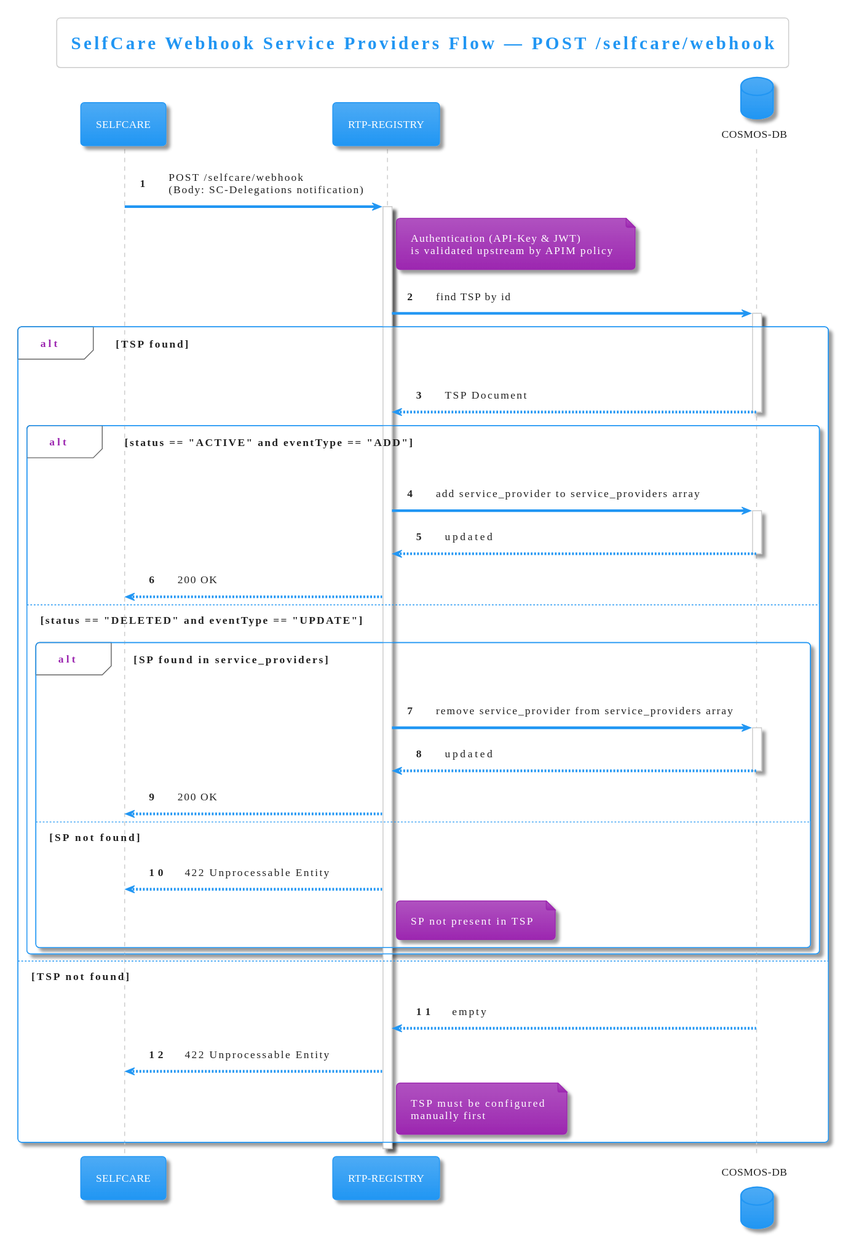
pagopa/rtp-docs keeps this PlantUML diagram as diagrams/selfcare-service-providers-webhook.svg. Above is the earlier version. Its diagram source:
```plantuml
@startuml
!theme materia

title SelfCare Webhook Service Providers Flow — POST /selfcare/webhook

participant "SELFCARE" as SC
participant "RTP-REGISTRY" as REG
database "COSMOS-DB" as DB

autonumber

SC -> REG: POST /selfcare/webhook\n(Body: SC-Delegations notification)
note right of REG
  Authentication (API-Key & JWT)
  is validated upstream by APIM policy
end note
activate REG

REG -> DB: find TSP by id
activate DB

alt TSP found
    DB --> REG: TSP Document
    deactivate DB

    alt status == "ACTIVE" and eventType == "ADD"
        REG -> DB: add service_provider to service_providers array
        activate DB
        DB --> REG: updated
        deactivate DB
        REG --> SC: 200 OK

    else status == "DELETED" and eventType == "UPDATE"
        alt SP found in service_providers
            REG -> DB: remove service_provider from service_providers array
            activate DB
            DB --> REG: updated
            deactivate DB
            REG --> SC: 200 OK
        else SP not found
            REG --> SC: 422 Unprocessable Entity
            note right of REG
              SP not present in TSP
            end note
        end
    end

else TSP not found
    DB --> REG: empty
    deactivate DB
    REG --> SC: 422 Unprocessable Entity
    note right of REG
      TSP must be configured
      manually first
    end note

end

deactivate REG
@enduml
```
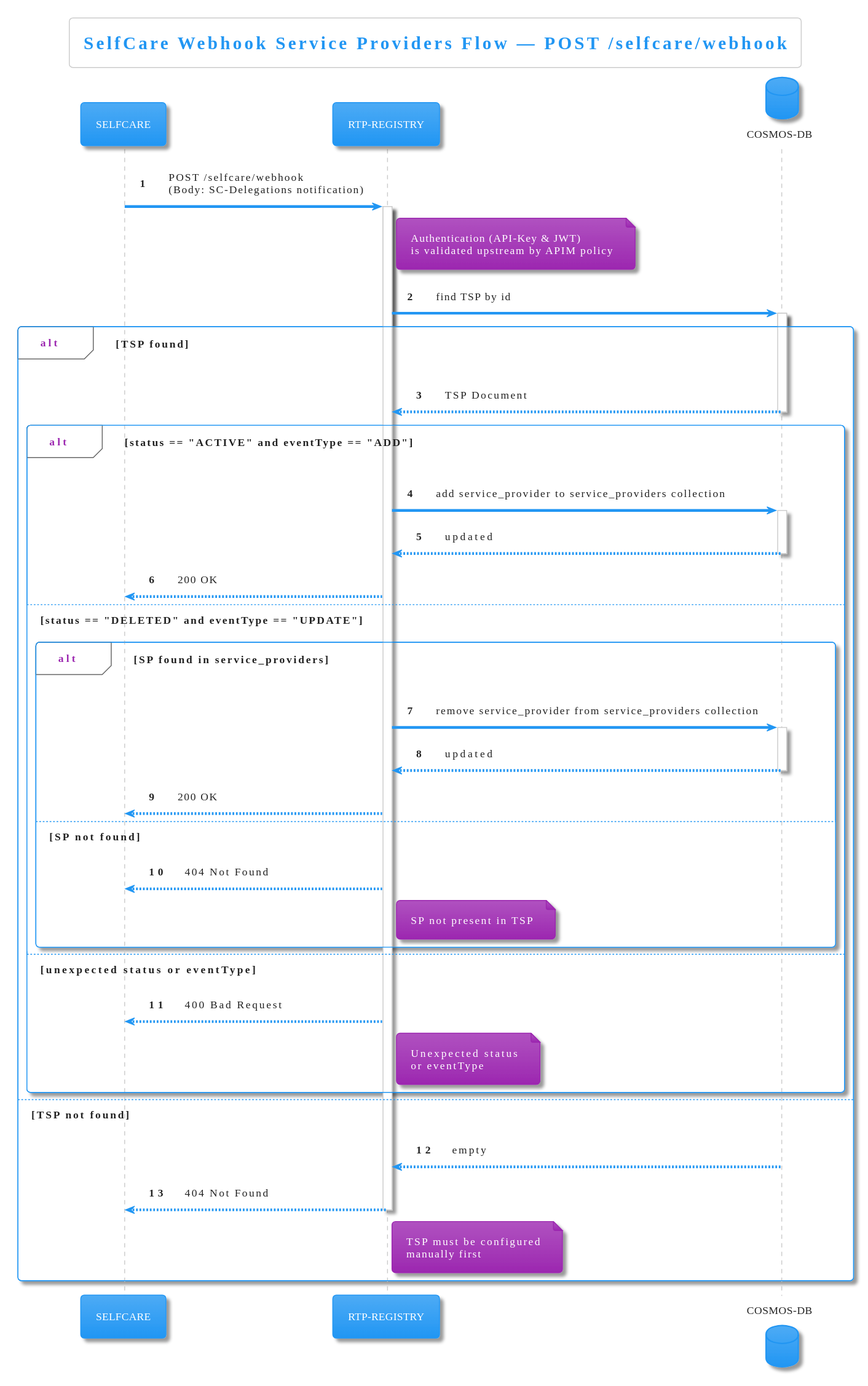
Above is the later version.

What changed in the source:
```diff
@@ -24,7 +24,7 @@
     deactivate DB
 
     alt status == "ACTIVE" and eventType == "ADD"
-        REG -> DB: add service_provider to service_providers array
+        REG -> DB: add service_provider to service_providers collection
         activate DB
         DB --> REG: updated
         deactivate DB
@@ -32,29 +32,35 @@
 
     else status == "DELETED" and eventType == "UPDATE"
         alt SP found in service_providers
-            REG -> DB: remove service_provider from service_providers array
+            REG -> DB: remove service_provider from service_providers collection
             activate DB
             DB --> REG: updated
             deactivate DB
             REG --> SC: 200 OK
         else SP not found
-            REG --> SC: 422 Unprocessable Entity
+            REG --> SC: 404 Not Found
             note right of REG
               SP not present in TSP
             end note
         end
+
+    else unexpected status or eventType
+        REG --> SC: 400 Bad Request
+        note right of REG
+          Unexpected status
+          or eventType
+        end note
     end
 
 else TSP not found
     DB --> REG: empty
     deactivate DB
-    REG --> SC: 422 Unprocessable Entity
+    REG --> SC: 404 Not Found
+    deactivate REG
     note right of REG
       TSP must be configured
       manually first
     end note
 
 end
-
-deactivate REG
 @enduml
```
